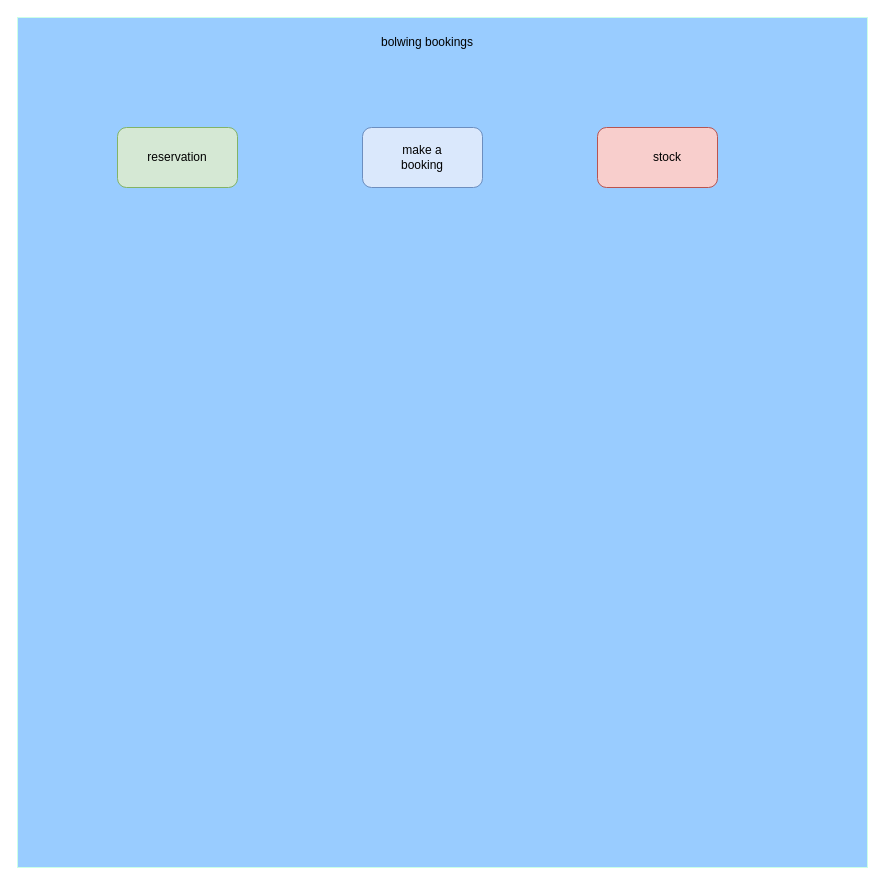
The draw.io diagram page "Page-2" (2 of 3) of page.drawio in Wanesia/XPProject, before the edit. Source tidied: cells renumbered, new cells numbered last; positions are measured from the earlier drawing's top-left corner, leaving out a move shared by most shapes. Both pictures are drawn from the tidied source at 100%, with x=0, y=0 at pixel (17, 17).
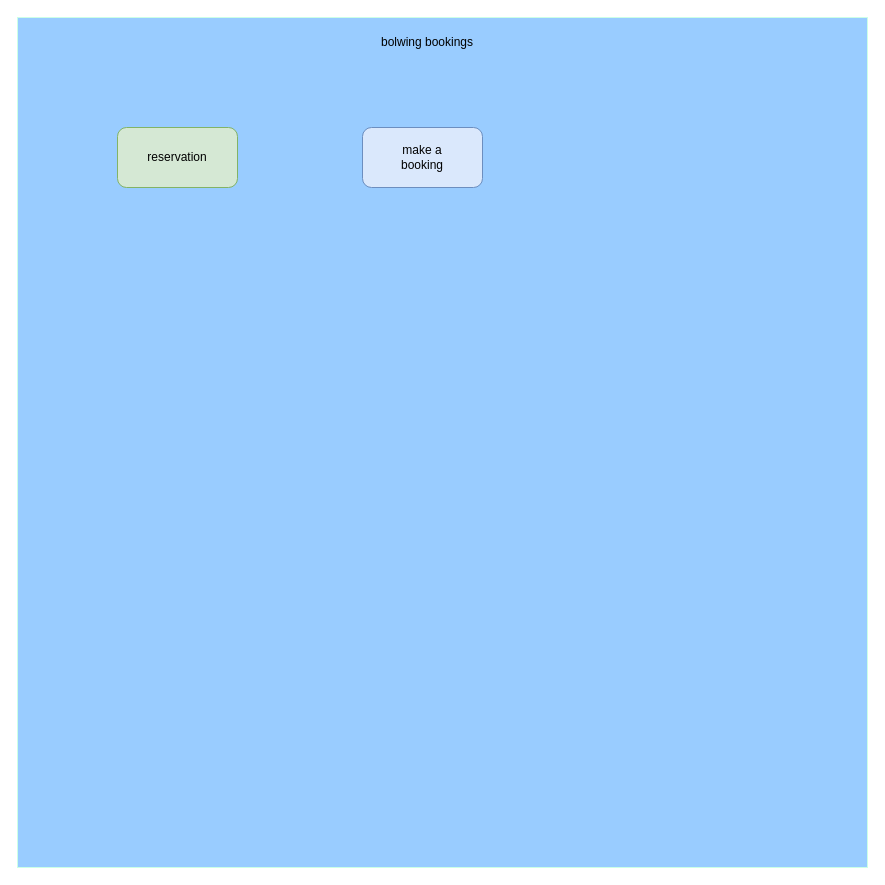
After the change.

What changed in the source:
```diff
@@
 <mxGraphModel>
   <root>
     <mxCell id="0" />
     <mxCell id="1" parent="0" />
     <mxCell id="2" style="whiteSpace=wrap;html=1;strokeColor=#CCFFE6;fillColor=#99CCFF;" parent="1" vertex="1">
       <mxGeometry width="850" height="850" as="geometry" />
     </mxCell>
     <mxCell id="3" style="rounded=1;whiteSpace=wrap;html=1;strokeColor=#82b366;fillColor=#d5e8d4;" parent="1" vertex="1">
       <mxGeometry x="100" y="110" width="120" height="60" as="geometry" />
     </mxCell>
     <mxCell id="4" value="reservation" style="text;html=1;strokeColor=none;fillColor=none;align=center;verticalAlign=middle;whiteSpace=wrap;rounded=0;" parent="1" vertex="1">
       <mxGeometry x="130" y="125" width="60" height="30" as="geometry" />
     </mxCell>
     <mxCell id="5" value="bolwing bookings" style="text;html=1;strokeColor=none;fillColor=none;align=center;verticalAlign=middle;whiteSpace=wrap;rounded=0;" parent="1" vertex="1">
       <mxGeometry x="350" y="10" width="120" height="30" as="geometry" />
     </mxCell>
-    <mxCell id="6" style="rounded=1;whiteSpace=wrap;html=1;strokeColor=#b85450;fillColor=#f8cecc;" parent="1" vertex="1">
-      <mxGeometry x="580" y="110" width="120" height="60" as="geometry" />
-    </mxCell>
-    <mxCell id="7" value="stock" style="text;html=1;strokeColor=none;fillColor=none;align=center;verticalAlign=middle;whiteSpace=wrap;rounded=0;" parent="1" vertex="1">
-      <mxGeometry x="620" y="125" width="60" height="30" as="geometry" />
-    </mxCell>
     <mxCell id="8" style="rounded=1;whiteSpace=wrap;html=1;strokeColor=#6c8ebf;fillColor=#dae8fc;" parent="1" vertex="1">
       <mxGeometry x="345" y="110" width="120" height="60" as="geometry" />
     </mxCell>
     <mxCell id="9" value="make a booking" style="text;html=1;strokeColor=none;fillColor=none;align=center;verticalAlign=middle;whiteSpace=wrap;rounded=0;" parent="1" vertex="1">
       <mxGeometry x="375" y="125" width="60" height="30" as="geometry" />
     </mxCell>
   </root>
 </mxGraphModel>
```
